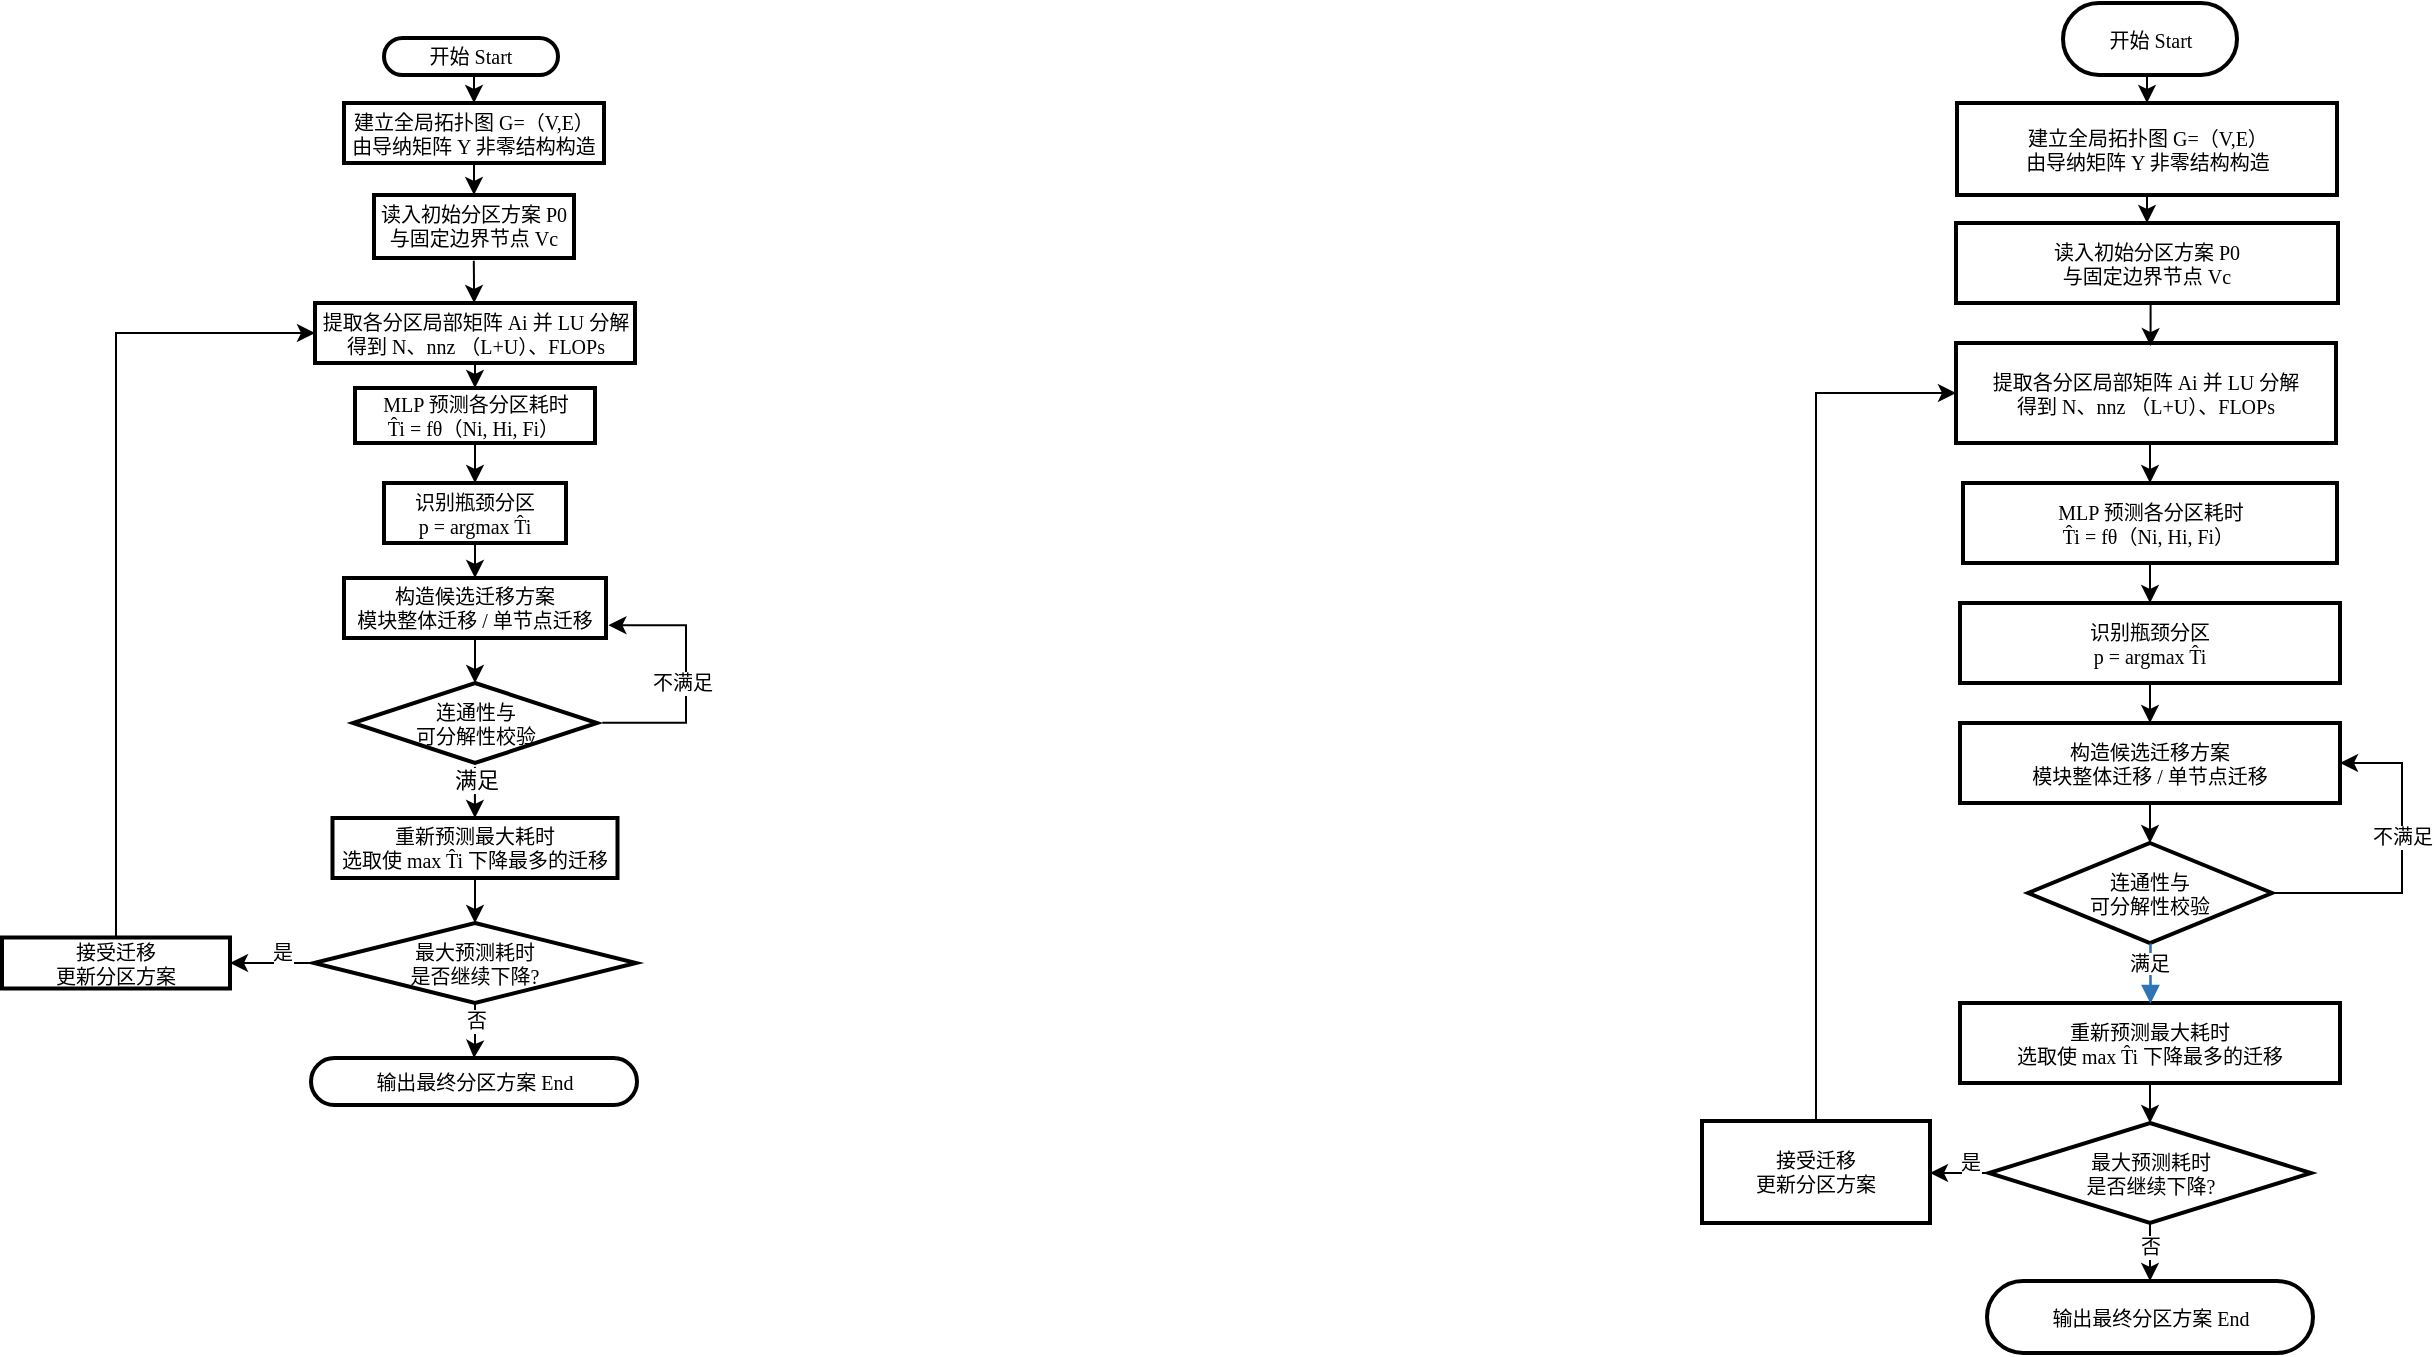
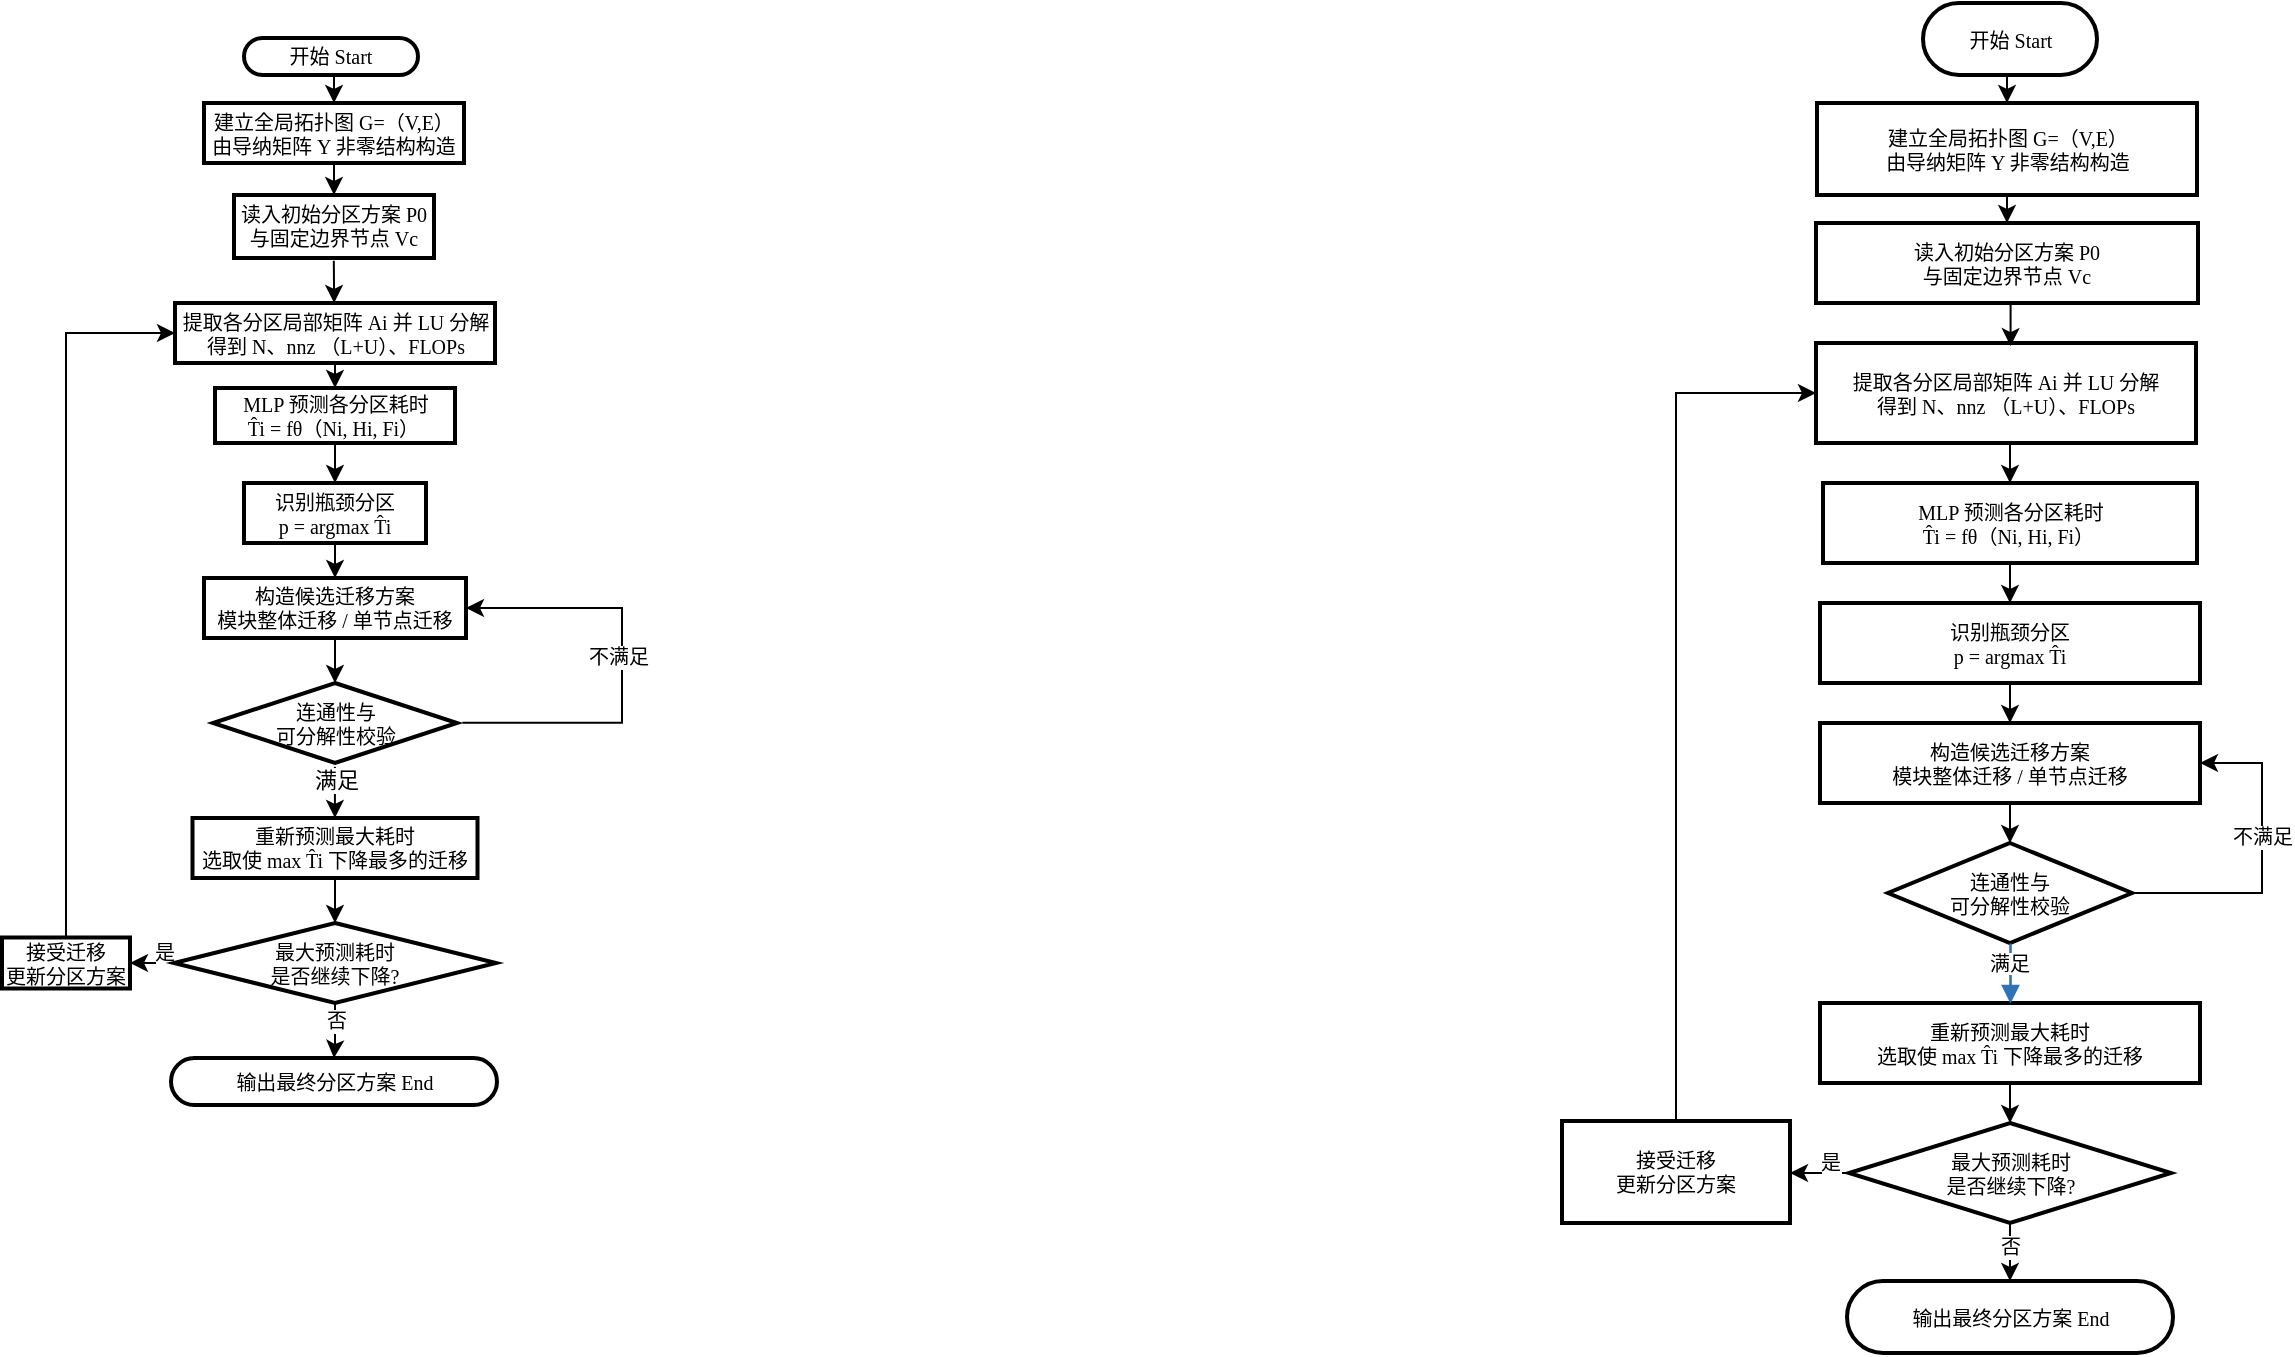
<mxfile host="app.diagrams.net">
  <diagram id="C5RBs43oDa-KdzZeNtuy" name="Page-1">
-     <mxGraphModel dx="3303" dy="876" grid="1" gridSize="10" guides="1" tooltips="1" connect="1" arrows="1" fold="1" page="0" pageScale="1" pageWidth="827" pageHeight="1169" math="0" shadow="0">
+     <mxGraphModel dx="2720" dy="603" grid="1" gridSize="10" guides="1" tooltips="1" connect="1" arrows="1" fold="1" page="0" pageScale="1" pageWidth="827" pageHeight="1169" math="0" shadow="0">
      <root>
        <mxCell id="WIyWlLk6GJQsqaUBKTNV-0" />
        <mxCell id="WIyWlLk6GJQsqaUBKTNV-1" parent="WIyWlLk6GJQsqaUBKTNV-0" />
        <mxCell id="Rnd2EKu7hbV3BZERFTsq-74" edge="1" parent="WIyWlLk6GJQsqaUBKTNV-1" source="Rnd2EKu7hbV3BZERFTsq-25" style="edgeStyle=orthogonalEdgeStyle;rounded=0;orthogonalLoop=1;jettySize=auto;html=1;exitX=0.5;exitY=1;exitDx=0;exitDy=0;entryX=0.5;entryY=0;entryDx=0;entryDy=0;fontSize=10;fontFamily=Times New Roman;labelBorderColor=none;" target="Rnd2EKu7hbV3BZERFTsq-26">
          <mxGeometry relative="1" as="geometry" />
        </mxCell>
        <mxCell id="Rnd2EKu7hbV3BZERFTsq-25" parent="WIyWlLk6GJQsqaUBKTNV-1" style="rounded=1;whiteSpace=wrap;arcSize=50;strokeWidth=2;fontFamily=Times New Roman;fillColor=none;fontSize=10;labelBorderColor=none;align=center;" value="开始 Start" vertex="1">
          <mxGeometry height="18.5" width="87" x="-1309" y="320" as="geometry" />
        </mxCell>
        <mxCell id="Rnd2EKu7hbV3BZERFTsq-77" edge="1" parent="WIyWlLk6GJQsqaUBKTNV-1" source="Rnd2EKu7hbV3BZERFTsq-26" style="edgeStyle=orthogonalEdgeStyle;rounded=0;orthogonalLoop=1;jettySize=auto;html=1;exitX=0.5;exitY=1;exitDx=0;exitDy=0;entryX=0.5;entryY=0;entryDx=0;entryDy=0;fontSize=10;fontFamily=Times New Roman;labelBorderColor=none;" target="Rnd2EKu7hbV3BZERFTsq-27">
          <mxGeometry relative="1" as="geometry" />
        </mxCell>
        <mxCell id="Rnd2EKu7hbV3BZERFTsq-26" parent="WIyWlLk6GJQsqaUBKTNV-1" style="whiteSpace=wrap;strokeWidth=2;fontFamily=Times New Roman;fontSize=10;labelBorderColor=none;align=center;" value="建立全局拓扑图 G=（V,E）&#xa;由导纳矩阵 Y 非零结构构造" vertex="1">
          <mxGeometry height="30" width="130" x="-1329" y="352.5" as="geometry" />
        </mxCell>
        <mxCell id="Rnd2EKu7hbV3BZERFTsq-27" parent="WIyWlLk6GJQsqaUBKTNV-1" style="whiteSpace=wrap;strokeWidth=2;fontFamily=Times New Roman;fontSize=10;labelBorderColor=none;align=center;" value="读入初始分区方案 P0&#xa;与固定边界节点 Vc" vertex="1">
          <mxGeometry height="31.5" width="100" x="-1314" y="398.5" as="geometry" />
        </mxCell>
        <mxCell id="Rnd2EKu7hbV3BZERFTsq-81" edge="1" parent="WIyWlLk6GJQsqaUBKTNV-1" source="Rnd2EKu7hbV3BZERFTsq-28" style="edgeStyle=orthogonalEdgeStyle;rounded=0;orthogonalLoop=1;jettySize=auto;html=1;exitX=0.5;exitY=1;exitDx=0;exitDy=0;entryX=0.5;entryY=0;entryDx=0;entryDy=0;fontSize=10;fontFamily=Times New Roman;labelBorderColor=none;" target="Rnd2EKu7hbV3BZERFTsq-29">
          <mxGeometry relative="1" as="geometry" />
        </mxCell>
        <mxCell id="Rnd2EKu7hbV3BZERFTsq-28" parent="WIyWlLk6GJQsqaUBKTNV-1" style="whiteSpace=wrap;strokeWidth=2;fontFamily=Times New Roman;fontSize=10;labelBorderColor=none;align=center;" value="提取各分区局部矩阵 Ai 并 LU 分解&#xa;得到 N、nnz （L+U）、FLOPs" vertex="1">
          <mxGeometry height="30" width="160" x="-1343.5" y="452.5" as="geometry" />
        </mxCell>
        <mxCell id="Rnd2EKu7hbV3BZERFTsq-53" edge="1" parent="WIyWlLk6GJQsqaUBKTNV-1" source="Rnd2EKu7hbV3BZERFTsq-29" style="edgeStyle=orthogonalEdgeStyle;rounded=0;orthogonalLoop=1;jettySize=auto;html=1;exitX=0.5;exitY=1;exitDx=0;exitDy=0;entryX=0.5;entryY=0;entryDx=0;entryDy=0;fontSize=10;fontFamily=Times New Roman;labelBorderColor=none;" target="Rnd2EKu7hbV3BZERFTsq-30">
          <mxGeometry relative="1" as="geometry" />
        </mxCell>
        <mxCell id="Rnd2EKu7hbV3BZERFTsq-29" parent="WIyWlLk6GJQsqaUBKTNV-1" style="whiteSpace=wrap;strokeWidth=2;fontFamily=Times New Roman;fontSize=10;labelBorderColor=none;align=center;" value="MLP 预测各分区耗时&#xa;T̂i = fθ（Ni, Hi, Fi） " vertex="1">
          <mxGeometry height="27.5" width="120" x="-1323.5" y="495" as="geometry" />
        </mxCell>
        <mxCell id="Rnd2EKu7hbV3BZERFTsq-60" edge="1" parent="WIyWlLk6GJQsqaUBKTNV-1" source="Rnd2EKu7hbV3BZERFTsq-30" style="edgeStyle=orthogonalEdgeStyle;rounded=0;orthogonalLoop=1;jettySize=auto;html=1;exitX=0.5;exitY=1;exitDx=0;exitDy=0;entryX=0.5;entryY=0;entryDx=0;entryDy=0;fontSize=10;fontFamily=Times New Roman;labelBorderColor=none;" target="Rnd2EKu7hbV3BZERFTsq-31">
          <mxGeometry relative="1" as="geometry" />
        </mxCell>
        <mxCell id="Rnd2EKu7hbV3BZERFTsq-30" parent="WIyWlLk6GJQsqaUBKTNV-1" style="whiteSpace=wrap;strokeWidth=2;fontFamily=Times New Roman;fontSize=10;labelBorderColor=none;align=center;" value="识别瓶颈分区&#xa;p = argmax T̂i" vertex="1">
          <mxGeometry height="30" width="91" x="-1309" y="542.5" as="geometry" />
        </mxCell>
        <mxCell id="Rnd2EKu7hbV3BZERFTsq-83" edge="1" parent="WIyWlLk6GJQsqaUBKTNV-1" source="Rnd2EKu7hbV3BZERFTsq-31" style="edgeStyle=orthogonalEdgeStyle;rounded=0;orthogonalLoop=1;jettySize=auto;html=1;exitX=0.5;exitY=1;exitDx=0;exitDy=0;entryX=0.5;entryY=0;entryDx=0;entryDy=0;fontSize=10;fontFamily=Times New Roman;labelBorderColor=none;" target="Rnd2EKu7hbV3BZERFTsq-32">
          <mxGeometry relative="1" as="geometry" />
        </mxCell>
        <mxCell id="Rnd2EKu7hbV3BZERFTsq-31" parent="WIyWlLk6GJQsqaUBKTNV-1" style="whiteSpace=wrap;strokeWidth=2;fontFamily=Times New Roman;fontSize=10;labelBorderColor=none;align=center;" value="构造候选迁移方案&#xa;模块整体迁移 / 单节点迁移" vertex="1">
          <mxGeometry height="30" width="131" x="-1329" y="590" as="geometry" />
        </mxCell>
-         <mxCell id="Rnd2EKu7hbV3BZERFTsq-62" edge="1" parent="WIyWlLk6GJQsqaUBKTNV-1" source="Rnd2EKu7hbV3BZERFTsq-32" style="edgeStyle=orthogonalEdgeStyle;rounded=0;orthogonalLoop=1;jettySize=auto;html=1;exitX=1.022;exitY=0.498;exitDx=0;exitDy=0;entryX=1;entryY=0.5;entryDx=0;entryDy=0;fontSize=10;fontFamily=Times New Roman;labelBorderColor=none;exitPerimeter=0;">
+         <mxCell id="Rnd2EKu7hbV3BZERFTsq-62" edge="1" parent="WIyWlLk6GJQsqaUBKTNV-1" source="Rnd2EKu7hbV3BZERFTsq-32" style="edgeStyle=orthogonalEdgeStyle;rounded=0;orthogonalLoop=1;jettySize=auto;html=1;exitX=1.022;exitY=0.498;exitDx=0;exitDy=0;entryX=1;entryY=0.5;entryDx=0;entryDy=0;fontSize=10;fontFamily=Times New Roman;labelBorderColor=none;exitPerimeter=0;" target="Rnd2EKu7hbV3BZERFTsq-31">
          <mxGeometry relative="1" as="geometry">
            <Array as="points">
-               <mxPoint x="-1158" y="662" />
-               <mxPoint x="-1158" y="614" />
+               <mxPoint x="-1120" y="662" />
+               <mxPoint x="-1120" y="605" />
            </Array>
            <mxPoint x="-1198.982" y="662.5" as="sourcePoint" />
            <mxPoint x="-1196.8" y="613.6" as="targetPoint" />
          </mxGeometry>
        </mxCell>
        <mxCell id="Rnd2EKu7hbV3BZERFTsq-63" connectable="0" parent="Rnd2EKu7hbV3BZERFTsq-62" style="edgeLabel;html=1;align=center;verticalAlign=middle;resizable=0;points=[];fontSize=10;fontFamily=Times New Roman;labelBorderColor=none;" value="不满足" vertex="1">
          <mxGeometry relative="1" x="0.1893" y="-3" as="geometry">
            <mxPoint x="-5" y="15" as="offset" />
          </mxGeometry>
        </mxCell>
        <mxCell id="Rnd2EKu7hbV3BZERFTsq-32" parent="WIyWlLk6GJQsqaUBKTNV-1" style="rhombus;strokeWidth=2;whiteSpace=wrap;fontFamily=Times New Roman;fontSize=10;labelBorderColor=none;align=center;" value="连通性与&#xa;可分解性校验" vertex="1">
          <mxGeometry height="40" width="122" x="-1324.5" y="642.5" as="geometry" />
        </mxCell>
        <mxCell id="Rnd2EKu7hbV3BZERFTsq-85" edge="1" parent="WIyWlLk6GJQsqaUBKTNV-1" source="Rnd2EKu7hbV3BZERFTsq-33" style="edgeStyle=orthogonalEdgeStyle;rounded=0;orthogonalLoop=1;jettySize=auto;html=1;exitX=0.5;exitY=1;exitDx=0;exitDy=0;entryX=0.5;entryY=0;entryDx=0;entryDy=0;fontSize=10;fontFamily=Times New Roman;labelBorderColor=none;" target="Rnd2EKu7hbV3BZERFTsq-34">
          <mxGeometry relative="1" as="geometry" />
        </mxCell>
        <mxCell id="Rnd2EKu7hbV3BZERFTsq-33" parent="WIyWlLk6GJQsqaUBKTNV-1" style="whiteSpace=wrap;strokeWidth=2;fontFamily=Times New Roman;fontSize=10;labelBorderColor=none;align=center;" value="重新预测最大耗时&#xa;选取使 max T̂i 下降最多的迁移" vertex="1">
          <mxGeometry height="30" width="142.5" x="-1334.75" y="710" as="geometry" />
        </mxCell>
        <mxCell id="Rnd2EKu7hbV3BZERFTsq-57" edge="1" parent="WIyWlLk6GJQsqaUBKTNV-1" source="Rnd2EKu7hbV3BZERFTsq-34" style="edgeStyle=orthogonalEdgeStyle;rounded=0;orthogonalLoop=1;jettySize=auto;html=1;exitX=0.5;exitY=1;exitDx=0;exitDy=0;fontSize=10;fontFamily=Times New Roman;labelBorderColor=none;" target="Rnd2EKu7hbV3BZERFTsq-36">
          <mxGeometry relative="1" as="geometry" />
        </mxCell>
        <mxCell id="Rnd2EKu7hbV3BZERFTsq-65" connectable="0" parent="Rnd2EKu7hbV3BZERFTsq-57" style="edgeLabel;html=1;align=center;verticalAlign=middle;resizable=0;points=[];fontSize=10;fontFamily=Times New Roman;labelBorderColor=none;" value="否" vertex="1">
          <mxGeometry relative="1" x="-0.5098" y="-1" as="geometry">
            <mxPoint x="1" y="1" as="offset" />
          </mxGeometry>
        </mxCell>
        <mxCell id="Rnd2EKu7hbV3BZERFTsq-66" edge="1" parent="WIyWlLk6GJQsqaUBKTNV-1" source="Rnd2EKu7hbV3BZERFTsq-34" style="edgeStyle=orthogonalEdgeStyle;rounded=0;orthogonalLoop=1;jettySize=auto;html=1;exitX=0;exitY=0.5;exitDx=0;exitDy=0;entryX=1;entryY=0.5;entryDx=0;entryDy=0;fontSize=10;fontFamily=Times New Roman;labelBorderColor=none;" target="Rnd2EKu7hbV3BZERFTsq-35">
          <mxGeometry relative="1" as="geometry" />
        </mxCell>
        <mxCell id="Rnd2EKu7hbV3BZERFTsq-67" connectable="0" parent="Rnd2EKu7hbV3BZERFTsq-66" style="edgeLabel;html=1;align=center;verticalAlign=middle;resizable=0;points=[];fontSize=10;fontFamily=Times New Roman;labelBorderColor=none;" value="是" vertex="1">
          <mxGeometry relative="1" x="0.0617" y="-6" as="geometry">
            <mxPoint x="6" as="offset" />
          </mxGeometry>
        </mxCell>
        <mxCell id="Rnd2EKu7hbV3BZERFTsq-34" parent="WIyWlLk6GJQsqaUBKTNV-1" style="rhombus;strokeWidth=2;whiteSpace=wrap;fontFamily=Times New Roman;fontSize=10;labelBorderColor=none;align=center;" value="最大预测耗时&#xa;是否继续下降?" vertex="1">
          <mxGeometry height="40" width="161" x="-1344" y="762.5" as="geometry" />
        </mxCell>
        <mxCell id="Rnd2EKu7hbV3BZERFTsq-70" edge="1" parent="WIyWlLk6GJQsqaUBKTNV-1" source="Rnd2EKu7hbV3BZERFTsq-35" style="edgeStyle=orthogonalEdgeStyle;rounded=0;orthogonalLoop=1;jettySize=auto;html=1;exitX=0.5;exitY=0;exitDx=0;exitDy=0;entryX=0;entryY=0.5;entryDx=0;entryDy=0;fontSize=10;fontFamily=Times New Roman;labelBorderColor=none;" target="Rnd2EKu7hbV3BZERFTsq-28">
          <mxGeometry relative="1" as="geometry" />
        </mxCell>
        <mxCell id="Rnd2EKu7hbV3BZERFTsq-35" parent="WIyWlLk6GJQsqaUBKTNV-1" style="whiteSpace=wrap;strokeWidth=2;fontFamily=Times New Roman;fontSize=10;labelBorderColor=none;" value="接受迁移&#xa;更新分区方案" vertex="1">
-           <mxGeometry height="25.5" width="114" x="-1500" y="769.75" as="geometry" />
+           <mxGeometry height="25.5" width="64" x="-1430" y="769.75" as="geometry" />
        </mxCell>
        <mxCell id="Rnd2EKu7hbV3BZERFTsq-36" parent="WIyWlLk6GJQsqaUBKTNV-1" style="rounded=1;whiteSpace=wrap;arcSize=50;strokeWidth=2;fontFamily=Times New Roman;fontSize=10;labelBorderColor=none;align=center;" value="输出最终分区方案 End" vertex="1">
          <mxGeometry height="23.5" width="163" x="-1345.5" y="830" as="geometry" />
        </mxCell>
        <mxCell id="Rnd2EKu7hbV3BZERFTsq-69" edge="1" parent="WIyWlLk6GJQsqaUBKTNV-1" source="Rnd2EKu7hbV3BZERFTsq-32" style="edgeStyle=orthogonalEdgeStyle;rounded=0;orthogonalLoop=1;jettySize=auto;html=1;exitX=0.5;exitY=1;exitDx=0;exitDy=0;fontSize=10;fontFamily=Times New Roman;labelBorderColor=none;" target="Rnd2EKu7hbV3BZERFTsq-32">
          <mxGeometry relative="1" as="geometry" />
        </mxCell>
        <mxCell id="Rnd2EKu7hbV3BZERFTsq-123" edge="1" parent="WIyWlLk6GJQsqaUBKTNV-1" source="Rnd2EKu7hbV3BZERFTsq-124" style="edgeStyle=orthogonalEdgeStyle;rounded=0;orthogonalLoop=1;jettySize=auto;html=1;exitX=0.5;exitY=1;exitDx=0;exitDy=0;entryX=0.5;entryY=0;entryDx=0;entryDy=0;fontSize=10;fontFamily=Times New Roman;labelBorderColor=none;" target="Rnd2EKu7hbV3BZERFTsq-126">
          <mxGeometry relative="1" as="geometry" />
        </mxCell>
        <mxCell id="Rnd2EKu7hbV3BZERFTsq-124" parent="WIyWlLk6GJQsqaUBKTNV-1" style="rounded=1;whiteSpace=wrap;arcSize=50;strokeWidth=2;fontFamily=Times New Roman;fillColor=none;fontSize=10;labelBorderColor=none;" value="开始 Start" vertex="1">
          <mxGeometry height="36" width="87" x="-469.5" y="302.5" as="geometry" />
        </mxCell>
        <mxCell id="Rnd2EKu7hbV3BZERFTsq-125" edge="1" parent="WIyWlLk6GJQsqaUBKTNV-1" source="Rnd2EKu7hbV3BZERFTsq-126" style="edgeStyle=orthogonalEdgeStyle;rounded=0;orthogonalLoop=1;jettySize=auto;html=1;exitX=0.5;exitY=1;exitDx=0;exitDy=0;entryX=0.5;entryY=0;entryDx=0;entryDy=0;fontSize=10;fontFamily=Times New Roman;labelBorderColor=none;" target="Rnd2EKu7hbV3BZERFTsq-127">
          <mxGeometry relative="1" as="geometry" />
        </mxCell>
        <mxCell id="Rnd2EKu7hbV3BZERFTsq-126" parent="WIyWlLk6GJQsqaUBKTNV-1" style="whiteSpace=wrap;strokeWidth=2;fontFamily=Times New Roman;fontSize=10;labelBorderColor=none;" value="建立全局拓扑图 G=（V,E）&#xa;由导纳矩阵 Y 非零结构构造" vertex="1">
          <mxGeometry height="46" width="190" x="-522.5" y="352.5" as="geometry" />
        </mxCell>
        <mxCell id="Rnd2EKu7hbV3BZERFTsq-127" parent="WIyWlLk6GJQsqaUBKTNV-1" style="whiteSpace=wrap;strokeWidth=2;fontFamily=Times New Roman;fontSize=10;labelBorderColor=none;" value="读入初始分区方案 P0&#xa;与固定边界节点 Vc" vertex="1">
          <mxGeometry height="40" width="191" x="-523" y="412.5" as="geometry" />
        </mxCell>
        <mxCell id="Rnd2EKu7hbV3BZERFTsq-128" edge="1" parent="WIyWlLk6GJQsqaUBKTNV-1" source="Rnd2EKu7hbV3BZERFTsq-129" style="edgeStyle=orthogonalEdgeStyle;rounded=0;orthogonalLoop=1;jettySize=auto;html=1;exitX=0.5;exitY=1;exitDx=0;exitDy=0;entryX=0.5;entryY=0;entryDx=0;entryDy=0;fontSize=10;fontFamily=Times New Roman;labelBorderColor=none;" target="Rnd2EKu7hbV3BZERFTsq-131">
          <mxGeometry relative="1" as="geometry" />
        </mxCell>
        <mxCell id="Rnd2EKu7hbV3BZERFTsq-129" parent="WIyWlLk6GJQsqaUBKTNV-1" style="whiteSpace=wrap;strokeWidth=2;fontFamily=Times New Roman;fontSize=10;labelBorderColor=none;" value="提取各分区局部矩阵 Ai 并 LU 分解&#xa;得到 N、nnz （L+U）、FLOPs" vertex="1">
          <mxGeometry height="50" width="190" x="-523" y="472.5" as="geometry" />
        </mxCell>
        <mxCell id="Rnd2EKu7hbV3BZERFTsq-130" edge="1" parent="WIyWlLk6GJQsqaUBKTNV-1" source="Rnd2EKu7hbV3BZERFTsq-131" style="edgeStyle=orthogonalEdgeStyle;rounded=0;orthogonalLoop=1;jettySize=auto;html=1;exitX=0.5;exitY=1;exitDx=0;exitDy=0;entryX=0.5;entryY=0;entryDx=0;entryDy=0;fontSize=10;fontFamily=Times New Roman;labelBorderColor=none;" target="Rnd2EKu7hbV3BZERFTsq-133">
          <mxGeometry relative="1" as="geometry" />
        </mxCell>
        <mxCell id="Rnd2EKu7hbV3BZERFTsq-131" parent="WIyWlLk6GJQsqaUBKTNV-1" style="whiteSpace=wrap;strokeWidth=2;fontFamily=Times New Roman;fontSize=10;labelBorderColor=none;" value="MLP 预测各分区耗时&#xa;T̂i = fθ（Ni, Hi, Fi） " vertex="1">
          <mxGeometry height="40" width="187" x="-519.5" y="542.5" as="geometry" />
        </mxCell>
        <mxCell id="Rnd2EKu7hbV3BZERFTsq-132" edge="1" parent="WIyWlLk6GJQsqaUBKTNV-1" source="Rnd2EKu7hbV3BZERFTsq-133" style="edgeStyle=orthogonalEdgeStyle;rounded=0;orthogonalLoop=1;jettySize=auto;html=1;exitX=0.5;exitY=1;exitDx=0;exitDy=0;entryX=0.5;entryY=0;entryDx=0;entryDy=0;fontSize=10;fontFamily=Times New Roman;labelBorderColor=none;" target="Rnd2EKu7hbV3BZERFTsq-135">
          <mxGeometry relative="1" as="geometry" />
        </mxCell>
        <mxCell id="Rnd2EKu7hbV3BZERFTsq-133" parent="WIyWlLk6GJQsqaUBKTNV-1" style="whiteSpace=wrap;strokeWidth=2;fontFamily=Times New Roman;fontSize=10;labelBorderColor=none;" value="识别瓶颈分区&#xa;p = argmax T̂i" vertex="1">
          <mxGeometry height="40" width="190" x="-521" y="602.5" as="geometry" />
        </mxCell>
        <mxCell id="Rnd2EKu7hbV3BZERFTsq-134" edge="1" parent="WIyWlLk6GJQsqaUBKTNV-1" source="Rnd2EKu7hbV3BZERFTsq-135" style="edgeStyle=orthogonalEdgeStyle;rounded=0;orthogonalLoop=1;jettySize=auto;html=1;exitX=0.5;exitY=1;exitDx=0;exitDy=0;entryX=0.5;entryY=0;entryDx=0;entryDy=0;fontSize=10;fontFamily=Times New Roman;labelBorderColor=none;" target="Rnd2EKu7hbV3BZERFTsq-138">
          <mxGeometry relative="1" as="geometry" />
        </mxCell>
        <mxCell id="Rnd2EKu7hbV3BZERFTsq-135" parent="WIyWlLk6GJQsqaUBKTNV-1" style="whiteSpace=wrap;strokeWidth=2;fontFamily=Times New Roman;fontSize=10;labelBorderColor=none;" value="构造候选迁移方案&#xa;模块整体迁移 / 单节点迁移" vertex="1">
          <mxGeometry height="40" width="190" x="-521" y="662.5" as="geometry" />
        </mxCell>
        <mxCell id="Rnd2EKu7hbV3BZERFTsq-136" edge="1" parent="WIyWlLk6GJQsqaUBKTNV-1" source="Rnd2EKu7hbV3BZERFTsq-138" style="edgeStyle=orthogonalEdgeStyle;rounded=0;orthogonalLoop=1;jettySize=auto;html=1;exitX=1;exitY=0.5;exitDx=0;exitDy=0;entryX=1;entryY=0.5;entryDx=0;entryDy=0;fontSize=10;fontFamily=Times New Roman;labelBorderColor=none;" target="Rnd2EKu7hbV3BZERFTsq-135">
          <mxGeometry relative="1" as="geometry">
            <Array as="points">
              <mxPoint x="-300" y="747.5" />
              <mxPoint x="-300" y="682.5" />
            </Array>
          </mxGeometry>
        </mxCell>
        <mxCell id="Rnd2EKu7hbV3BZERFTsq-137" connectable="0" parent="Rnd2EKu7hbV3BZERFTsq-136" style="edgeLabel;html=1;align=center;verticalAlign=middle;resizable=0;points=[];fontSize=10;fontFamily=Times New Roman;labelBorderColor=none;" value="不满足" vertex="1">
          <mxGeometry relative="1" x="0.1893" y="-3" as="geometry">
            <mxPoint x="-3" y="2" as="offset" />
          </mxGeometry>
        </mxCell>
        <mxCell id="Rnd2EKu7hbV3BZERFTsq-138" parent="WIyWlLk6GJQsqaUBKTNV-1" style="rhombus;strokeWidth=2;whiteSpace=wrap;fontFamily=Times New Roman;fontSize=10;labelBorderColor=none;" value="连通性与&#xa;可分解性校验" vertex="1">
          <mxGeometry height="50" width="122" x="-487" y="722.5" as="geometry" />
        </mxCell>
        <mxCell id="Rnd2EKu7hbV3BZERFTsq-139" edge="1" parent="WIyWlLk6GJQsqaUBKTNV-1" source="Rnd2EKu7hbV3BZERFTsq-140" style="edgeStyle=orthogonalEdgeStyle;rounded=0;orthogonalLoop=1;jettySize=auto;html=1;exitX=0.5;exitY=1;exitDx=0;exitDy=0;entryX=0.5;entryY=0;entryDx=0;entryDy=0;fontSize=10;fontFamily=Times New Roman;labelBorderColor=none;" target="Rnd2EKu7hbV3BZERFTsq-145">
          <mxGeometry relative="1" as="geometry" />
        </mxCell>
        <mxCell id="Rnd2EKu7hbV3BZERFTsq-140" parent="WIyWlLk6GJQsqaUBKTNV-1" style="whiteSpace=wrap;strokeWidth=2;fontFamily=Times New Roman;fontSize=10;labelBorderColor=none;" value="重新预测最大耗时&#xa;选取使 max T̂i 下降最多的迁移" vertex="1">
          <mxGeometry height="40" width="190" x="-521" y="802.5" as="geometry" />
        </mxCell>
        <mxCell id="Rnd2EKu7hbV3BZERFTsq-141" edge="1" parent="WIyWlLk6GJQsqaUBKTNV-1" source="Rnd2EKu7hbV3BZERFTsq-145" style="edgeStyle=orthogonalEdgeStyle;rounded=0;orthogonalLoop=1;jettySize=auto;html=1;exitX=0.5;exitY=1;exitDx=0;exitDy=0;fontSize=10;fontFamily=Times New Roman;labelBorderColor=none;" target="Rnd2EKu7hbV3BZERFTsq-148">
          <mxGeometry relative="1" as="geometry" />
        </mxCell>
        <mxCell id="Rnd2EKu7hbV3BZERFTsq-142" connectable="0" parent="Rnd2EKu7hbV3BZERFTsq-141" style="edgeLabel;html=1;align=center;verticalAlign=middle;resizable=0;points=[];fontSize=10;fontFamily=Times New Roman;labelBorderColor=none;" value="否" vertex="1">
          <mxGeometry relative="1" x="-0.5098" y="-1" as="geometry">
            <mxPoint x="1" y="-1" as="offset" />
          </mxGeometry>
        </mxCell>
        <mxCell id="Rnd2EKu7hbV3BZERFTsq-143" edge="1" parent="WIyWlLk6GJQsqaUBKTNV-1" source="Rnd2EKu7hbV3BZERFTsq-145" style="edgeStyle=orthogonalEdgeStyle;rounded=0;orthogonalLoop=1;jettySize=auto;html=1;exitX=0;exitY=0.5;exitDx=0;exitDy=0;entryX=1;entryY=0.5;entryDx=0;entryDy=0;fontSize=10;fontFamily=Times New Roman;labelBorderColor=none;" target="Rnd2EKu7hbV3BZERFTsq-147">
          <mxGeometry relative="1" as="geometry" />
        </mxCell>
        <mxCell id="Rnd2EKu7hbV3BZERFTsq-144" connectable="0" parent="Rnd2EKu7hbV3BZERFTsq-143" style="edgeLabel;html=1;align=center;verticalAlign=middle;resizable=0;points=[];fontSize=10;fontFamily=Times New Roman;labelBorderColor=none;" value="是" vertex="1">
          <mxGeometry relative="1" x="0.0617" y="-6" as="geometry">
            <mxPoint x="6" as="offset" />
          </mxGeometry>
        </mxCell>
        <mxCell id="Rnd2EKu7hbV3BZERFTsq-145" parent="WIyWlLk6GJQsqaUBKTNV-1" style="rhombus;strokeWidth=2;whiteSpace=wrap;fontFamily=Times New Roman;fontSize=10;labelBorderColor=none;" value="最大预测耗时&#xa;是否继续下降?" vertex="1">
          <mxGeometry height="50" width="161" x="-506.5" y="862.5" as="geometry" />
        </mxCell>
        <mxCell id="Rnd2EKu7hbV3BZERFTsq-146" edge="1" parent="WIyWlLk6GJQsqaUBKTNV-1" source="Rnd2EKu7hbV3BZERFTsq-147" style="edgeStyle=orthogonalEdgeStyle;rounded=0;orthogonalLoop=1;jettySize=auto;html=1;exitX=0.5;exitY=0;exitDx=0;exitDy=0;entryX=0;entryY=0.5;entryDx=0;entryDy=0;fontSize=10;fontFamily=Times New Roman;labelBorderColor=none;" target="Rnd2EKu7hbV3BZERFTsq-129">
          <mxGeometry relative="1" as="geometry" />
        </mxCell>
        <mxCell id="Rnd2EKu7hbV3BZERFTsq-147" parent="WIyWlLk6GJQsqaUBKTNV-1" style="whiteSpace=wrap;strokeWidth=2;fontFamily=Times New Roman;fontSize=10;labelBorderColor=none;" value="接受迁移&#xa;更新分区方案" vertex="1">
          <mxGeometry height="51" width="114" x="-650" y="861.5" as="geometry" />
        </mxCell>
        <mxCell id="Rnd2EKu7hbV3BZERFTsq-148" parent="WIyWlLk6GJQsqaUBKTNV-1" style="rounded=1;whiteSpace=wrap;arcSize=50;strokeWidth=2;fontFamily=Times New Roman;fontSize=10;labelBorderColor=none;" value="输出最终分区方案 End" vertex="1">
          <mxGeometry height="36" width="163" x="-507.5" y="941.5" as="geometry" />
        </mxCell>
        <mxCell id="Rnd2EKu7hbV3BZERFTsq-149" edge="1" parent="WIyWlLk6GJQsqaUBKTNV-1" source="Rnd2EKu7hbV3BZERFTsq-138" style="curved=1;startArrow=none;endArrow=block;strokeColor=#2E75B6;strokeWidth=1.3;;exitX=0.5;exitY=1;entryX=0.5;entryY=0;rounded=0;fontFamily=Times New Roman;fontSize=10;labelBorderColor=none;" target="Rnd2EKu7hbV3BZERFTsq-140" value="满足">
          <mxGeometry relative="1" x="-0.3335" as="geometry">
            <mxPoint as="offset" />
            <Array as="points" />
          </mxGeometry>
        </mxCell>
        <mxCell id="Rnd2EKu7hbV3BZERFTsq-150" edge="1" parent="WIyWlLk6GJQsqaUBKTNV-1" source="Rnd2EKu7hbV3BZERFTsq-138" style="edgeStyle=orthogonalEdgeStyle;rounded=0;orthogonalLoop=1;jettySize=auto;html=1;exitX=0.5;exitY=1;exitDx=0;exitDy=0;fontSize=10;fontFamily=Times New Roman;labelBorderColor=none;" target="Rnd2EKu7hbV3BZERFTsq-138">
          <mxGeometry relative="1" as="geometry" />
        </mxCell>
        <mxCell id="Rnd2EKu7hbV3BZERFTsq-151" edge="1" parent="WIyWlLk6GJQsqaUBKTNV-1" source="Rnd2EKu7hbV3BZERFTsq-127" style="edgeStyle=orthogonalEdgeStyle;rounded=0;orthogonalLoop=1;jettySize=auto;html=1;exitX=0.5;exitY=1;exitDx=0;exitDy=0;entryX=0.512;entryY=0.031;entryDx=0;entryDy=0;entryPerimeter=0;fontSize=10;fontFamily=Times New Roman;labelBorderColor=none;" target="Rnd2EKu7hbV3BZERFTsq-129">
          <mxGeometry relative="1" as="geometry" />
        </mxCell>
        <mxCell id="Rnd2EKu7hbV3BZERFTsq-166" edge="1" parent="WIyWlLk6GJQsqaUBKTNV-1" style="edgeStyle=orthogonalEdgeStyle;rounded=0;orthogonalLoop=1;jettySize=auto;html=1;entryX=0.498;entryY=-0.047;entryDx=0;entryDy=0;entryPerimeter=0;">
          <mxGeometry relative="1" as="geometry">
            <mxPoint x="-1264.1" y="431.4100000000001" as="sourcePoint" />
            <mxPoint x="-1263.9199999999998" y="452.50000000000006" as="targetPoint" />
          </mxGeometry>
        </mxCell>
        <mxCell id="Rnd2EKu7hbV3BZERFTsq-167" edge="1" parent="WIyWlLk6GJQsqaUBKTNV-1" style="edgeStyle=orthogonalEdgeStyle;rounded=0;orthogonalLoop=1;jettySize=auto;html=1;exitX=0.5;exitY=1;exitDx=0;exitDy=0;entryX=0.5;entryY=-0.064;entryDx=0;entryDy=0;entryPerimeter=0;">
          <mxGeometry relative="1" as="geometry">
            <mxPoint x="-1263.54" y="684.42" as="sourcePoint" />
            <mxPoint x="-1263.54" y="710" as="targetPoint" />
          </mxGeometry>
        </mxCell>
        <mxCell id="Rnd2EKu7hbV3BZERFTsq-168" connectable="0" parent="Rnd2EKu7hbV3BZERFTsq-167" style="edgeLabel;html=1;align=center;verticalAlign=middle;resizable=0;points=[];" value="满足" vertex="1">
          <mxGeometry relative="1" x="-0.5061" as="geometry">
            <mxPoint as="offset" />
          </mxGeometry>
        </mxCell>
      </root>
    </mxGraphModel>
  </diagram>
</mxfile>
